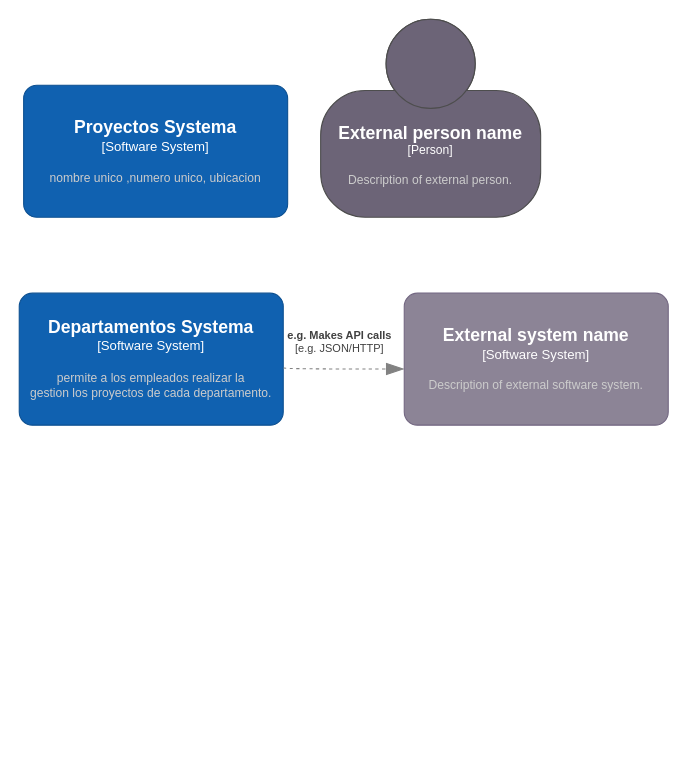
Before: Diagrama sin título.drawio in ByronCOR/ESTRUDATOS, a draw.io diagram. Source tidied: cells renumbered, new cells numbered last; positions are measured from the earlier drawing's top-left corner, leaving out a move shared by most shapes. Both pictures are drawn from the tidied source at 110%, with x=0, y=0 at pixel (19, 19).
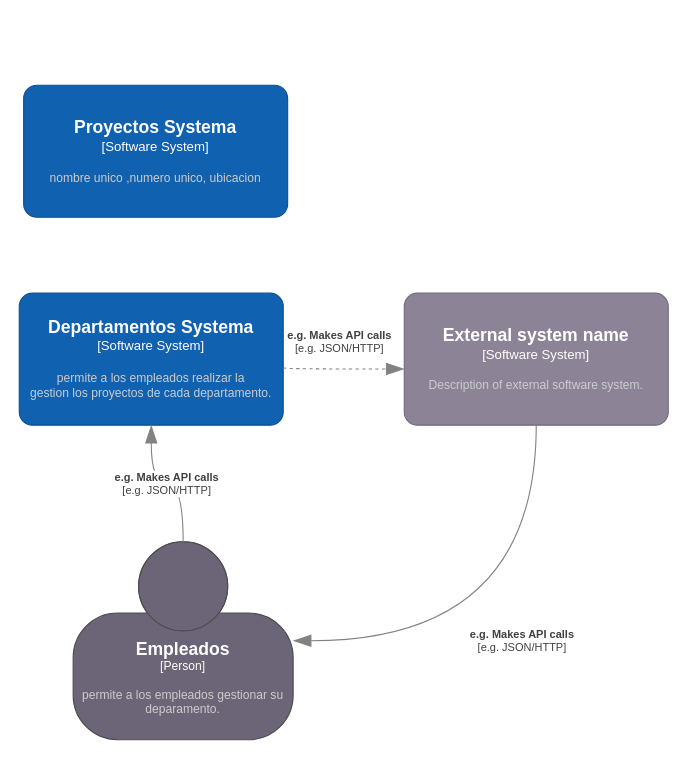
After the change.

What changed in the source:
```diff
@@
 <mxGraphModel>
   <root>
     <mxCell id="0" />
     <mxCell id="1" parent="0" />
     <object id="2" label="&lt;font style=&quot;font-size: 16px&quot;&gt;&lt;b&gt;%c4Name%&lt;/b&gt;&lt;/font&gt;&lt;div&gt;[%c4Type%]&lt;/div&gt;&lt;br&gt;&lt;div&gt;&lt;font style=&quot;font-size: 11px&quot;&gt;&lt;font color=&quot;#cccccc&quot;&gt;%c4Description%&lt;/font&gt;&lt;/div&gt;" c4Description="permite  a los empleados realizar la &#10; gestion los proyectos de cada departamento." c4Name="Departamentos Systema" c4Type="Software System" placeholders="1">
       <mxCell style="rounded=1;whiteSpace=wrap;html=1;labelBackgroundColor=none;fillColor=#1061B0;fontColor=#ffffff;align=center;arcSize=10;strokeColor=#0D5091;points=[[0.25,0,0],[0.5,0,0],[0.75,0,0],[1,0.25,0],[1,0.5,0],[1,0.75,0],[0.75,1,0],[0.5,1,0],[0.25,1,0],[0,0.75,0],[0,0.5,0],[0,0.25,0]];" parent="1" vertex="1">
         <mxGeometry y="249" width="240" height="120" as="geometry" />
       </mxCell>
     </object>
     <object id="3" label="&lt;div style=&quot;text-align: left&quot;&gt;&lt;div style=&quot;text-align: center&quot;&gt;&lt;b&gt;%c4Description%&lt;/b&gt;&lt;/div&gt;&lt;div style=&quot;text-align: center&quot;&gt;[%c4Technology%]&lt;/div&gt;&lt;/div&gt;" c4Description="e.g. Makes API calls" c4Technology="e.g. JSON/HTTP" placeholders="1">
       <mxCell style="endArrow=blockThin;html=1;fontSize=10;fontColor=#404040;strokeWidth=1;endFill=1;strokeColor=#828282;elbow=vertical;endSize=14;startSize=14;jumpStyle=arc;jumpSize=16;rounded=0;edgeStyle=orthogonalEdgeStyle;curved=1;dashed=1;" parent="1" edge="1" target="4">
         <mxGeometry x="-0.07" y="25" relative="1" as="geometry">
           <mxPoint x="240" y="317" as="sourcePoint" />
           <Array as="points">
             <mxPoint x="240" y="318" />
             <mxPoint x="393" y="318" />
           </Array>
         </mxGeometry>
       </mxCell>
     </object>
     <object id="4" label="&lt;font style=&quot;font-size: 16px&quot;&gt;&lt;b&gt;%c4Name%&lt;/b&gt;&lt;/font&gt;&lt;div&gt;[%c4Type%]&lt;/div&gt;&lt;br&gt;&lt;div&gt;&lt;font style=&quot;font-size: 11px&quot;&gt;&lt;font color=&quot;#cccccc&quot;&gt;%c4Description%&lt;/font&gt;&lt;/div&gt;" c4Description="Description of external software system." c4Name="External system name" c4Type="Software System" placeholders="1">
       <mxCell style="rounded=1;whiteSpace=wrap;html=1;labelBackgroundColor=none;fillColor=#8C8496;fontColor=#ffffff;align=center;arcSize=10;strokeColor=#736782;points=[[0.25,0,0],[0.5,0,0],[0.75,0,0],[1,0.25,0],[1,0.5,0],[1,0.75,0],[0.75,1,0],[0.5,1,0],[0.25,1,0],[0,0.75,0],[0,0.5,0],[0,0.25,0]];" parent="1" vertex="1">
         <mxGeometry x="350" y="249" width="240" height="120" as="geometry" />
       </mxCell>
     </object>
-    <object id="5" label="&lt;font style=&quot;font-size: 16px&quot;&gt;&lt;b&gt;%c4Name%&lt;/b&gt;&lt;/font&gt;&lt;div&gt;[%c4Type%]&lt;/div&gt;&lt;br&gt;&lt;div&gt;&lt;font style=&quot;font-size: 11px&quot;&gt;&lt;font color=&quot;#cccccc&quot;&gt;%c4Description%&lt;/font&gt;&lt;/div&gt;" c4Description="Description of external person." c4Name="External person name" c4Type="Person" placeholders="1">
+    <object id="5" label="&lt;font style=&quot;font-size: 16px&quot;&gt;&lt;b&gt;%c4Name%&lt;/b&gt;&lt;/font&gt;&lt;div&gt;[%c4Type%]&lt;/div&gt;&lt;br&gt;&lt;div&gt;&lt;font style=&quot;font-size: 11px&quot;&gt;&lt;font color=&quot;#cccccc&quot;&gt;%c4Description%&lt;/font&gt;&lt;/div&gt;" c4Description="permite a los empleados gestionar su deparamento." c4Name="Empleados" c4Type="Person" placeholders="1">
       <mxCell style="html=1;fontSize=11;dashed=0;whiteSpace=wrap;fillColor=#6C6477;strokeColor=#4D4D4D;fontColor=#ffffff;shape=mxgraph.c4.person2;align=center;points=[[0.5,0,0],[1,0.5,0],[1,0.75,0],[0.75,1,0],[0.5,1,0],[0.25,1,0],[0,0.75,0],[0,0.5,0]];" parent="1" vertex="1">
-        <mxGeometry x="274" width="200" height="180" as="geometry" />
+        <mxGeometry x="49" y="475" width="200" height="180" as="geometry" />
       </mxCell>
     </object>
     <object id="6" label="&lt;font style=&quot;font-size: 16px&quot;&gt;&lt;b&gt;%c4Name%&lt;/b&gt;&lt;/font&gt;&lt;div&gt;[%c4Type%]&lt;/div&gt;&lt;br&gt;&lt;div&gt;&lt;font style=&quot;font-size: 11px&quot;&gt;&lt;font color=&quot;#cccccc&quot;&gt;%c4Description%&lt;/font&gt;&lt;/div&gt;" c4Description="nombre unico ,numero unico, ubicacion" c4Name="Proyectos Systema" c4Type="Software System" placeholders="1">
       <mxCell style="rounded=1;whiteSpace=wrap;html=1;labelBackgroundColor=none;fillColor=#1061B0;fontColor=#ffffff;align=center;arcSize=10;strokeColor=#0D5091;" parent="1" vertex="1">
         <mxGeometry x="4" y="60" width="240" height="120" as="geometry" />
       </mxCell>
     </object>
+    <object id="7" label="&lt;div style=&quot;text-align: left&quot;&gt;&lt;div style=&quot;text-align: center&quot;&gt;&lt;b&gt;%c4Description%&lt;/b&gt;&lt;/div&gt;&lt;div style=&quot;text-align: center&quot;&gt;[%c4Technology%]&lt;/div&gt;&lt;/div&gt;" c4Description="e.g. Makes API calls" c4Technology="e.g. JSON/HTTP" placeholders="1">
+      <mxCell style="endArrow=blockThin;html=1;fontSize=10;fontColor=#404040;strokeWidth=1;endFill=1;strokeColor=#828282;elbow=vertical;endSize=14;startSize=14;jumpStyle=arc;jumpSize=16;rounded=0;edgeStyle=orthogonalEdgeStyle;curved=1;" parent="1" edge="1" source="5" target="2">
+        <mxGeometry relative="1" as="geometry" />
+      </mxCell>
+    </object>
+    <object id="8" label="&lt;div style=&quot;text-align: left&quot;&gt;&lt;div style=&quot;text-align: center&quot;&gt;&lt;b&gt;%c4Description%&lt;/b&gt;&lt;/div&gt;&lt;div style=&quot;text-align: center&quot;&gt;[%c4Technology%]&lt;/div&gt;&lt;/div&gt;" c4Description="e.g. Makes API calls" c4Technology="e.g. JSON/HTTP" placeholders="1">
+      <mxCell style="endArrow=blockThin;html=1;fontSize=10;fontColor=#404040;strokeWidth=1;endFill=1;strokeColor=#828282;elbow=vertical;endSize=14;startSize=14;jumpStyle=arc;jumpSize=16;rounded=0;edgeStyle=orthogonalEdgeStyle;curved=1;entryX=1;entryY=0.5;entryDx=0;entryDy=0;entryPerimeter=0;exitX=0.5;exitY=1;exitDx=0;exitDy=0;exitPerimeter=0;" parent="1" edge="1" source="4" target="5">
+        <mxGeometry relative="1" as="geometry" />
+      </mxCell>
+    </object>
   </root>
 </mxGraphModel>
```
